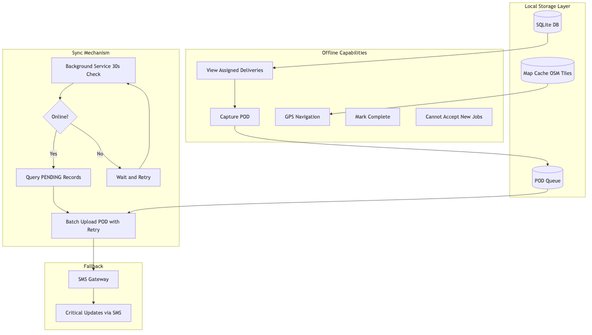
Above: diagrams/fig5_offline_architecture.png in SHARKZTECH/SwiftSend_v2 (Mermaid), before the change. Its source is kept beside it as diagrams/fig5_offline_architecture.mmd. Source of this version:
```mermaid
flowchart TB
    subgraph "Local Storage Layer"
        SQL[(SQLite DB)]
        MAP[(Map Cache OSM Tiles)]
        POD[(POD Queue)]
    end

    subgraph "Offline Capabilities"
        V[View Assigned Deliveries]
        N[GPS Navigation]
        C[Capture POD]
        M[Mark Complete]
        X[Cannot Accept New Jobs]
    end

    subgraph "Sync Mechanism"
        BG[Background Service 30s Check]
        BG --> Q{Online?}
        Q -->|Yes| UP[Query PENDING Records]
        UP --> BATCH[Batch Upload POD with Retry]
        Q -->|No| WAIT[Wait and Retry]
        WAIT --> BG
    end

    subgraph "Fallback"
        SMS[SMS Gateway]
        SMS --> CRIT[Critical Updates via SMS]
    end

    SQL --> V
    MAP --> N
    V --> C
    C --> POD
    POD --> BATCH
    BATCH --> SMS
```
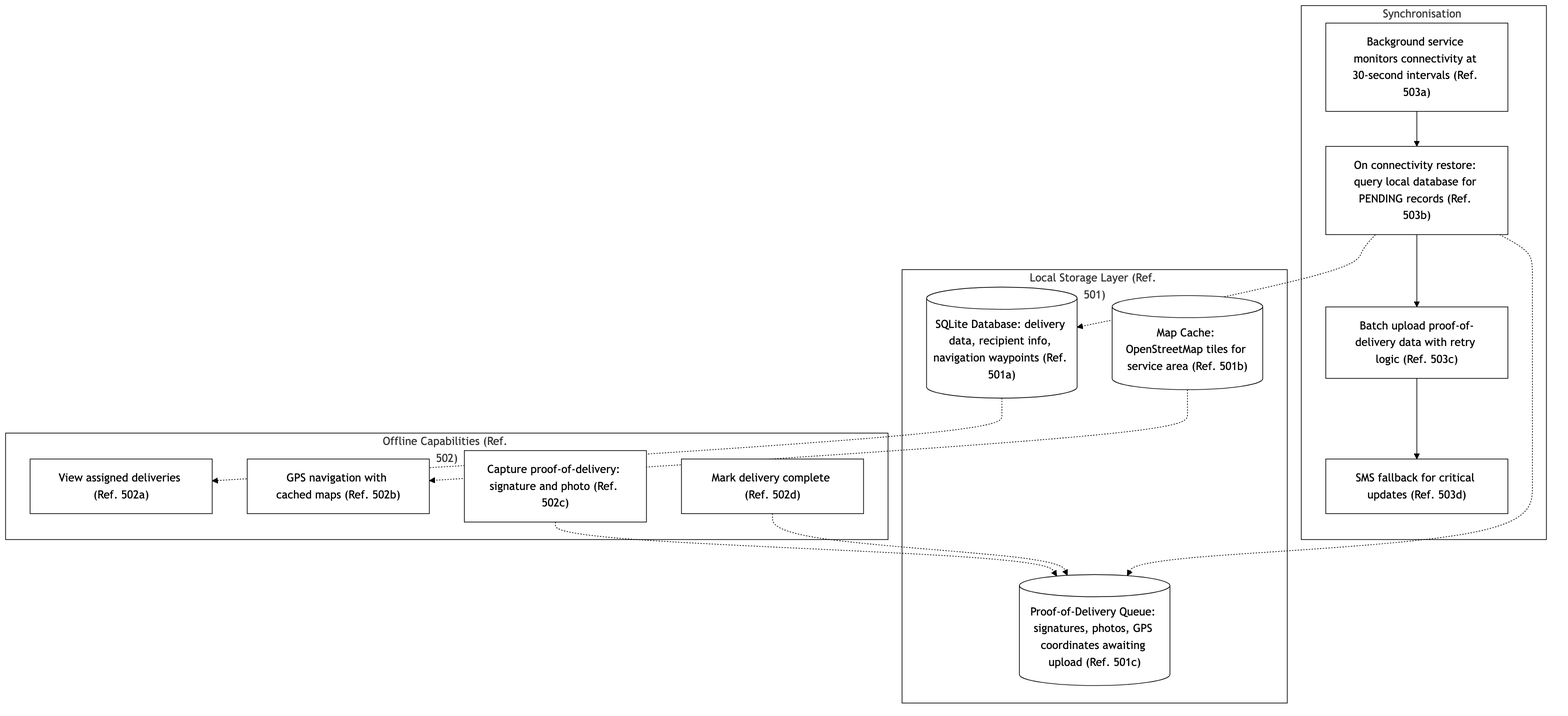
The same file after the commit.

Diff of the diagram source:
```diff
@@ -1,35 +1,38 @@
 flowchart TB
-    subgraph "Local Storage Layer"
-        SQL[(SQLite DB)]
-        MAP[(Map Cache OSM Tiles)]
-        POD[(POD Queue)]
+    classDef default fill:#FFFFFF,stroke:#000000,stroke-width:1px,color:#000000
+
+    subgraph S501["Local Storage Layer (Ref. 501)"]
+        501a[("SQLite Database: delivery data, recipient info, navigation waypoints (Ref. 501a)")]
+        501b[("Map Cache: OpenStreetMap tiles for service area (Ref. 501b)")]
+        501c[("Proof-of-Delivery Queue: signatures, photos, GPS coordinates awaiting upload (Ref. 501c)")]
     end
 
-    subgraph "Offline Capabilities"
-        V[View Assigned Deliveries]
-        N[GPS Navigation]
-        C[Capture POD]
-        M[Mark Complete]
-        X[Cannot Accept New Jobs]
+    subgraph S502["Offline Capabilities (Ref. 502)"]
+        502a["View assigned deliveries (Ref. 502a)"]
+        502b["GPS navigation with cached maps (Ref. 502b)"]
+        502c["Capture proof-of-delivery: signature and photo (Ref. 502c)"]
+        502d["Mark delivery complete (Ref. 502d)"]
     end
 
-    subgraph "Sync Mechanism"
-        BG[Background Service 30s Check]
-        BG --> Q{Online?}
-        Q -->|Yes| UP[Query PENDING Records]
-        UP --> BATCH[Batch Upload POD with Retry]
-        Q -->|No| WAIT[Wait and Retry]
-        WAIT --> BG
+    subgraph S503["Synchronisation Mechanism (Ref. 503)"]
+        503a["Background service monitors connectivity at 30-second intervals (Ref. 503a)"]
+        503b["On connectivity restore: query local database for PENDING records (Ref. 503b)"]
+        503c["Batch upload proof-of-delivery data with retry logic (Ref. 503c)"]
+        503d["SMS fallback for critical updates (Ref. 503d)"]
     end
 
-    subgraph "Fallback"
-        SMS[SMS Gateway]
-        SMS --> CRIT[Critical Updates via SMS]
-    end
+    501a -.-> 502a
+    501b -.-> 502b
+    502c -.-> 501c
+    502d -.-> 501c
 
-    SQL --> V
-    MAP --> N
-    V --> C
-    C --> POD
-    POD --> BATCH
-    BATCH --> SMS
+    503a --> 503b
+    503b -.-> 501a
+    503b -.-> 501c
+    503b --> 503c
+    503c --> 503d
+
+    linkStyle default stroke:#000000,stroke-width:1px
+    style S501 fill:none,stroke:#000000,stroke-width:1px
+    style S502 fill:none,stroke:#000000,stroke-width:1px
+    style S503 fill:none,stroke:#000000,stroke-width:1px
```
